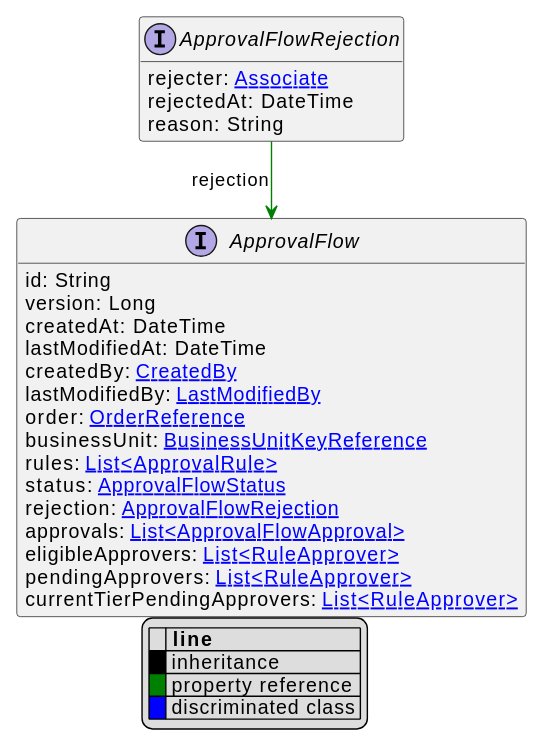
Before: uml/api/svg/ApprovalFlowRejection.svg, a diagram exported from PlantUML (commercetools/commercetools-api-reference).
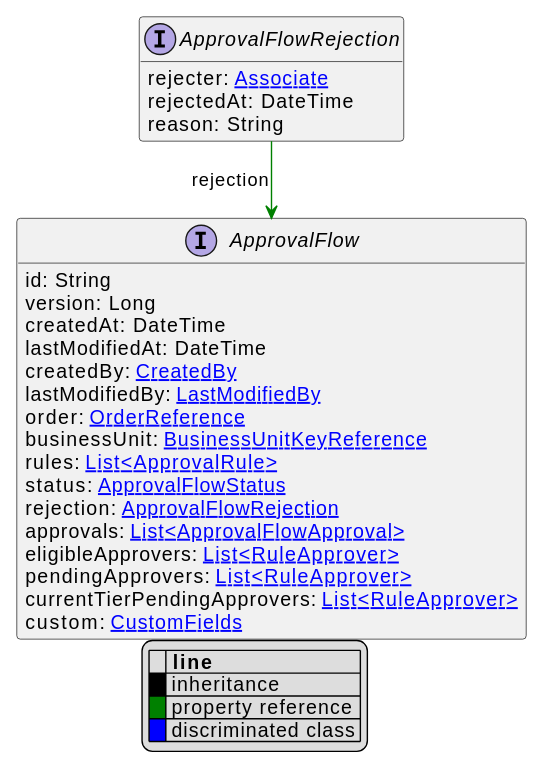
After the change.

Diff of the diagram source:
```diff
@@ -32,6 +32,7 @@
     eligibleApprovers: [[RuleApprover.svg List<RuleApprover>]]
     pendingApprovers: [[RuleApprover.svg List<RuleApprover>]]
     currentTierPendingApprovers: [[RuleApprover.svg List<RuleApprover>]]
+    custom: [[CustomFields.svg CustomFields]]
 }
 
 ApprovalFlowRejection --> ApprovalFlow #green;text:green : "rejection"
```
